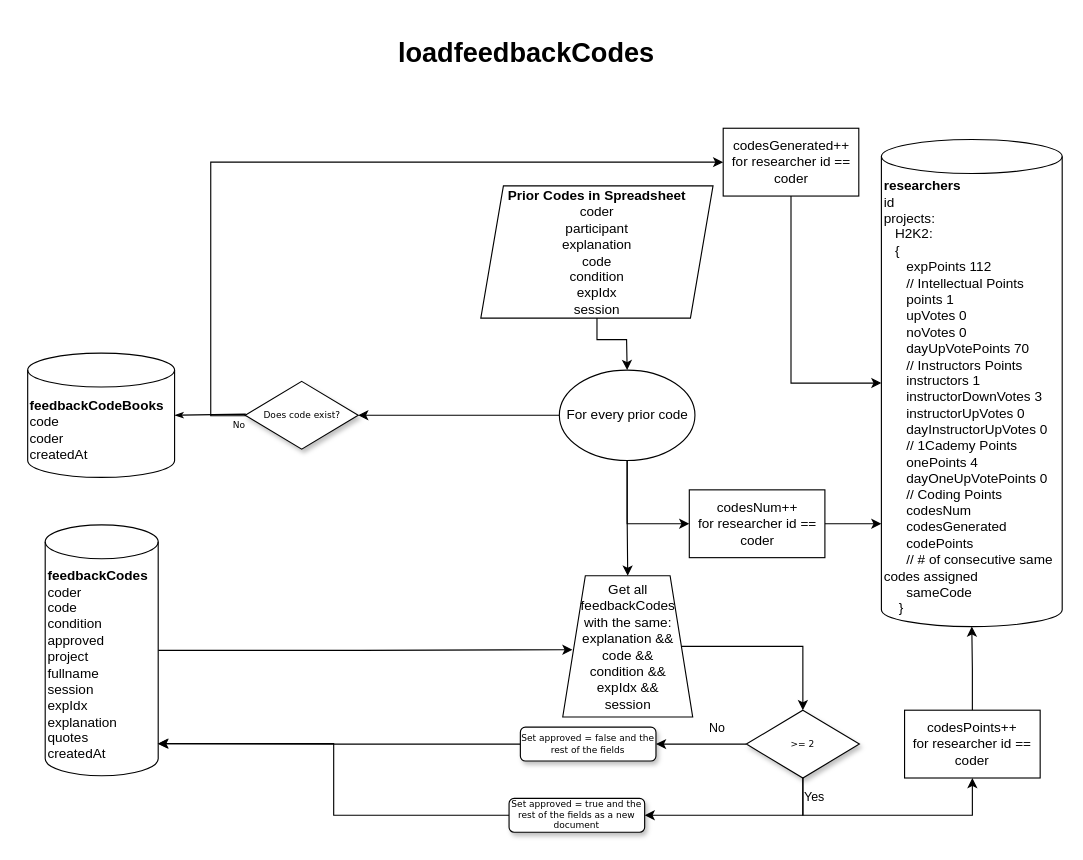
Before: functions/projectManagement.drawio in ImanYZ/VisualExp, a draw.io diagram. Source tidied: cells renumbered, new cells numbered last; positions are measured from the earlier drawing's top-left corner, leaving out a move shared by most shapes. Both pictures are drawn from the tidied source at 113%, with x=0, y=0 at pixel (27, 25).
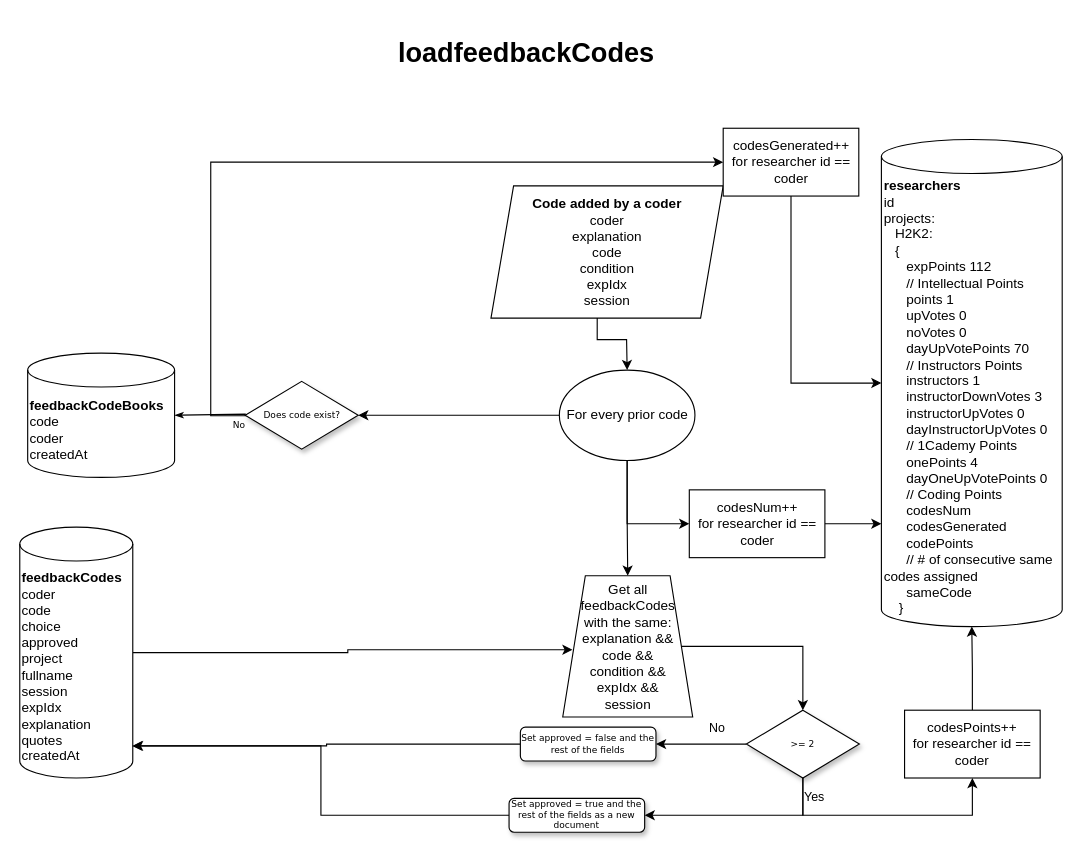
After the change.

Diff of the diagram source:
```diff
@@
-    <mxCell id="4" value="&lt;b&gt;feedbackCodes&lt;/b&gt;&lt;br&gt;&lt;div&gt;coder&lt;/div&gt;&lt;div&gt;code&lt;/div&gt;&lt;div&gt;condition&lt;/div&gt;&lt;div&gt;approved&lt;/div&gt;&lt;div&gt;project&lt;/div&gt;&lt;div&gt;fullname&lt;/div&gt;&lt;div&gt;session&lt;/div&gt;&lt;div&gt;expIdx&lt;/div&gt;&lt;div&gt;explanation&lt;/div&gt;&lt;div&gt;quotes&lt;/div&gt;&lt;div&gt;createdAt&lt;/div&gt;" style="shape=cylinder3;whiteSpace=wrap;html=1;boundedLbl=1;backgroundOutline=1;size=15;align=left;" parent="1" vertex="1">
-      <mxGeometry x="15.5" y="442" width="100" height="222" as="geometry" />
+    <mxCell id="4" value="&lt;b&gt;feedbackCodes&lt;/b&gt;&lt;br&gt;&lt;div&gt;coder&lt;/div&gt;&lt;div&gt;code&lt;/div&gt;&lt;div&gt;choice&lt;/div&gt;&lt;div&gt;approved&lt;/div&gt;&lt;div&gt;project&lt;/div&gt;&lt;div&gt;fullname&lt;/div&gt;&lt;div&gt;session&lt;/div&gt;&lt;div&gt;expIdx&lt;/div&gt;&lt;div&gt;explanation&lt;/div&gt;&lt;div&gt;quotes&lt;/div&gt;&lt;div&gt;createdAt&lt;/div&gt;" style="shape=cylinder3;whiteSpace=wrap;html=1;boundedLbl=1;backgroundOutline=1;size=15;align=left;" parent="1" vertex="1">
+      <mxGeometry x="-7" y="444" width="100" height="222" as="geometry" />
     </mxCell>
@@
-    <mxCell id="6" value="&lt;b&gt;Prior Codes in Spreadsheet&lt;br&gt;&lt;/b&gt;coder&lt;br&gt;participant&lt;br&gt;explanation&lt;br&gt;code&lt;br&gt;condition&lt;br&gt;expIdx&lt;br&gt;session" style="shape=parallelogram;perimeter=parallelogramPerimeter;whiteSpace=wrap;html=1;fixedSize=1;align=center;" parent="1" vertex="1">
-      <mxGeometry x="401" y="142" width="205.5" height="117" as="geometry" />
+    <mxCell id="6" value="&lt;b&gt;Code added by a coder&lt;br&gt;&lt;/b&gt;coder&lt;br&gt;explanation&lt;br&gt;code&lt;br&gt;condition&lt;br&gt;expIdx&lt;br&gt;session" style="shape=parallelogram;perimeter=parallelogramPerimeter;whiteSpace=wrap;html=1;fixedSize=1;align=center;" parent="1" vertex="1">
+      <mxGeometry x="410" y="142" width="205.5" height="117" as="geometry" />
     </mxCell>
```
